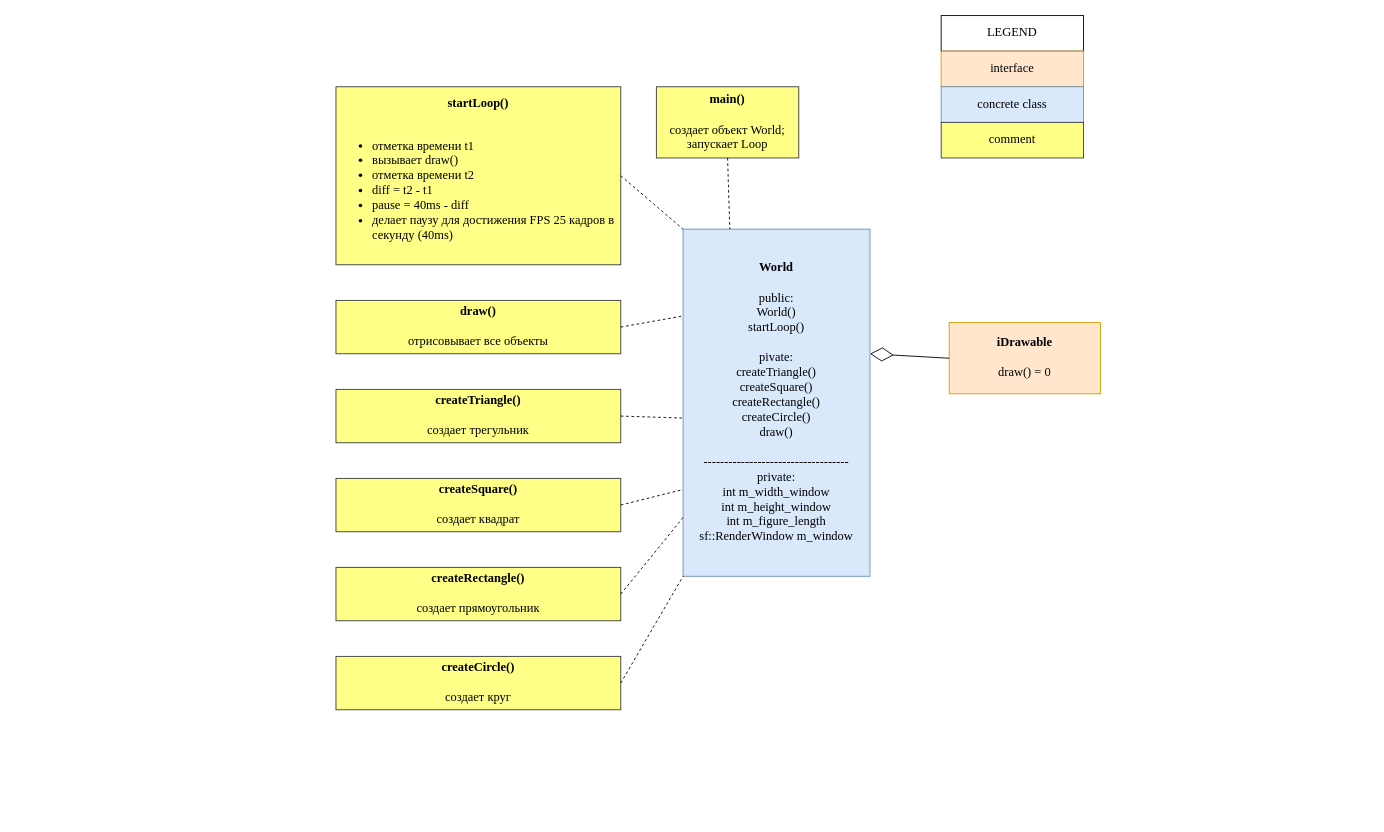
Above: 2022-11-22 2120 Figures/figures/diagram.drawio in ProgProgrammer/learning_cpp (draw.io), before the change. Source tidied: cells renumbered, new cells numbered last; positions are measured from the earlier drawing's top-left corner, leaving out a move shared by most shapes. Both pictures are drawn from the tidied source at 89%, with x=0, y=0 at pixel (336, 15).
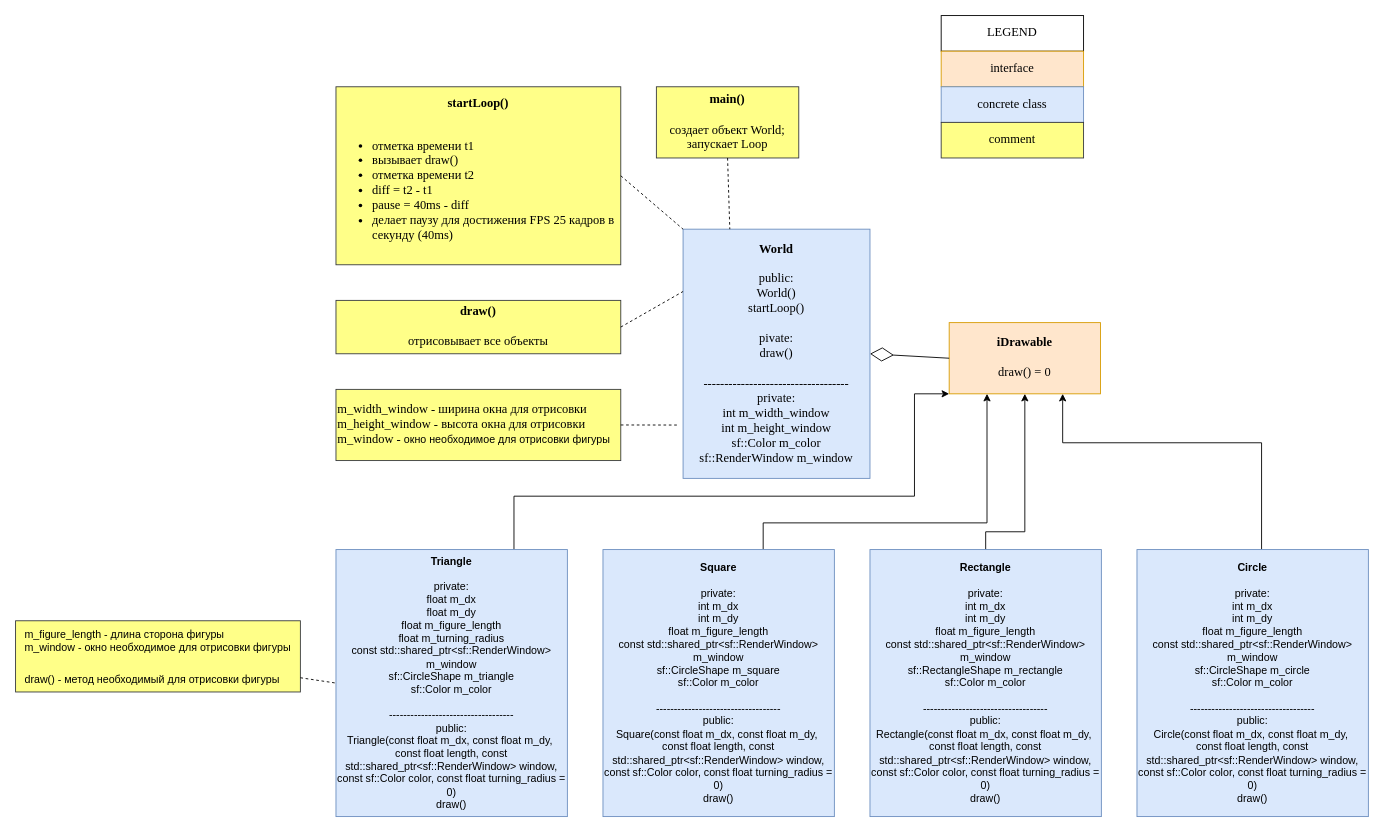
After the change.

The change refers to these unchanged cells:
```xml
<mxCell id="2" value="&lt;font face=&quot;Times New Roman&quot; style=&quot;font-size: 14px;&quot;&gt;&lt;b&gt;iDrawable&lt;/b&gt;&lt;br&gt;&lt;br&gt;draw() = 0&lt;/font&gt;" style="rounded=0;whiteSpace=wrap;html=1;fillColor=#ffe6cc;strokeColor=#d79b00;" parent="1" vertex="1">
  <mxGeometry x="689" y="345" width="170" height="80" as="geometry" />
</mxCell>
```

The edit, as a diff of the source:
```diff
@@
-    <mxCell id="3" value="&lt;b&gt;World&lt;/b&gt;&lt;br&gt;&lt;br&gt;public:&lt;br&gt;World()&lt;br&gt;startLoop()&lt;br&gt;&lt;br&gt;pivate:&lt;br&gt;createTriangle()&lt;br&gt;createSquare()&lt;br&gt;createRectangle()&lt;br&gt;createCircle()&lt;br&gt;draw()&lt;br&gt;&lt;br&gt;-----------------------------------&lt;br&gt;private:&lt;br&gt;int m_width_window&lt;br&gt;int m_height_window&lt;br&gt;int m_figure_length&lt;br&gt;&lt;span style=&quot;font-size: 14px;&quot;&gt;sf::RenderWindow m_window&lt;/span&gt;" style="rounded=0;whiteSpace=wrap;html=1;fontFamily=Times New Roman;fontSize=14;fillColor=#dae8fc;strokeColor=#6c8ebf;" parent="1" vertex="1">
-      <mxGeometry x="390" y="240" width="210" height="390" as="geometry" />
+    <mxCell id="3" value="&lt;b&gt;World&lt;/b&gt;&lt;br&gt;&lt;br&gt;public:&lt;br&gt;World()&lt;br&gt;startLoop()&lt;br&gt;&lt;br&gt;pivate:&lt;br&gt;draw()&lt;br&gt;&lt;br&gt;-----------------------------------&lt;br&gt;private:&lt;br&gt;int m_width_window&lt;br&gt;int m_height_window&lt;br&gt;&lt;span style=&quot;font-size: 14px;&quot;&gt;sf::Color m_color&lt;/span&gt;&lt;br&gt;&lt;span style=&quot;font-size: 14px;&quot;&gt;sf::RenderWindow m_window&lt;/span&gt;" style="rounded=0;whiteSpace=wrap;html=1;fontFamily=Times New Roman;fontSize=14;fillColor=#dae8fc;strokeColor=#6c8ebf;" parent="1" vertex="1">
+      <mxGeometry x="390" y="240" width="210" height="280" as="geometry" />
     </mxCell>
@@
-    <mxCell id="9" value="&lt;b&gt;createTriangle()&lt;/b&gt;&lt;br&gt;&lt;br&gt;создает трегульник" style="rounded=0;whiteSpace=wrap;html=1;fontFamily=Times New Roman;fontSize=14;fillColor=#ffff88;strokeColor=#36393d;" parent="1" vertex="1">
-      <mxGeometry y="420" width="320" height="60" as="geometry" />
-    </mxCell>
-    <mxCell id="10" style="endArrow=none;dashed=1;html=1;rounded=0;fontFamily=Times New Roman;fontSize=14;exitX=1;exitY=0.5;exitDx=0;exitDy=0;entryX=-0.007;entryY=0.544;entryDx=0;entryDy=0;entryPerimeter=0;" parent="1" edge="1" source="9" target="3">
-      <mxGeometry relative="1" as="geometry" />
-    </mxCell>
-    <mxCell id="11" value="&lt;b&gt;createSquare()&lt;/b&gt;&lt;br&gt;&lt;br&gt;создает квадрат" style="rounded=0;whiteSpace=wrap;html=1;fontFamily=Times New Roman;fontSize=14;fillColor=#ffff88;strokeColor=#36393d;" parent="1" vertex="1">
-      <mxGeometry y="520" width="320" height="60" as="geometry" />
-    </mxCell>
-    <mxCell id="12" style="endArrow=none;dashed=1;html=1;rounded=0;fontFamily=Times New Roman;fontSize=14;exitX=1;exitY=0.5;exitDx=0;exitDy=0;entryX=0;entryY=0.75;entryDx=0;entryDy=0;" parent="1" edge="1" source="11" target="3">
-      <mxGeometry relative="1" as="geometry" />
-    </mxCell>
-    <mxCell id="13" value="&lt;b&gt;createRectangle()&lt;/b&gt;&lt;br&gt;&lt;br&gt;создает прямоугольник" style="rounded=0;whiteSpace=wrap;html=1;fontFamily=Times New Roman;fontSize=14;fillColor=#ffff88;strokeColor=#36393d;" parent="1" vertex="1">
-      <mxGeometry y="620" width="320" height="60" as="geometry" />
-    </mxCell>
-    <mxCell id="14" value="&lt;b&gt;createCircle()&lt;/b&gt;&lt;br&gt;&lt;br&gt;создает круг" style="rounded=0;whiteSpace=wrap;html=1;fontFamily=Times New Roman;fontSize=14;fillColor=#ffff88;strokeColor=#36393d;" parent="1" vertex="1">
-      <mxGeometry y="720" width="320" height="60" as="geometry" />
-    </mxCell>
-    <mxCell id="15" style="endArrow=none;dashed=1;html=1;rounded=0;fontFamily=Times New Roman;fontSize=14;exitX=1;exitY=0.5;exitDx=0;exitDy=0;" parent="1" edge="1" source="13" target="3">
-      <mxGeometry relative="1" as="geometry" />
-    </mxCell>
-    <mxCell id="16" style="endArrow=none;dashed=1;html=1;rounded=0;fontFamily=Times New Roman;fontSize=14;exitX=1;exitY=0.5;exitDx=0;exitDy=0;entryX=0;entryY=1;entryDx=0;entryDy=0;" parent="1" edge="1" source="14" target="3">
-      <mxGeometry relative="1" as="geometry" />
-    </mxCell>
@@
+    <mxCell id="23" style="edgeStyle=orthogonalEdgeStyle;rounded=0;jettySize=auto;html=1;entryX=0;entryY=1;entryDx=0;entryDy=0;" parent="1" edge="1" source="24" target="2">
+      <mxGeometry relative="1" as="geometry">
+        <Array as="points">
+          <mxPoint x="200" y="540" />
+          <mxPoint x="650" y="540" />
+          <mxPoint x="650" y="425" />
+        </Array>
+      </mxGeometry>
+    </mxCell>
+    <mxCell id="24" value="&lt;b&gt;Triangle&lt;/b&gt;&lt;br&gt;&lt;br&gt;private:&lt;br&gt;float m_dx&lt;br&gt;float m_dy&lt;br&gt;float m_figure_length&lt;br&gt;float m_turning_radius&lt;br&gt;const&amp;nbsp;std::shared_ptr&amp;lt;sf::RenderWindow&amp;gt; m_window&lt;br&gt;sf::CircleShape m_triangle&lt;br&gt;sf::Color m_color&lt;br&gt;&lt;br&gt;-----------------------------------&lt;br&gt;public:&lt;br&gt;Triangle(const float m_dx, const float m_dy,&amp;nbsp;&lt;br&gt;const float length, const std::shared_ptr&amp;lt;sf::RenderWindow&amp;gt; window, const sf::Color color, const float turning_radius = 0)&lt;br&gt;draw()" style="rounded=0;whiteSpace=wrap;html=1;fillColor=#dae8fc;strokeColor=#6c8ebf;" parent="1" vertex="1">
+      <mxGeometry y="600" width="260" height="300" as="geometry" />
+    </mxCell>
+    <mxCell id="25" style="edgeStyle=orthogonalEdgeStyle;rounded=0;jettySize=auto;html=1;entryX=0.25;entryY=1;entryDx=0;entryDy=0;" parent="1" edge="1" source="26" target="2">
+      <mxGeometry relative="1" as="geometry">
+        <Array as="points">
+          <mxPoint x="480" y="570" />
+          <mxPoint x="732" y="570" />
+        </Array>
+      </mxGeometry>
+    </mxCell>
+    <mxCell id="26" value="&lt;b&gt;Square&lt;/b&gt;&lt;br&gt;&lt;br&gt;private:&lt;br&gt;int m_dx&lt;br&gt;int m_dy&lt;br&gt;float m_figure_length&lt;br&gt;const&amp;nbsp;std::shared_ptr&amp;lt;sf::RenderWindow&amp;gt; m_window&lt;br&gt;sf::CircleShape m_square&lt;br&gt;sf::Color m_color&lt;br&gt;&lt;br&gt;-----------------------------------&lt;br&gt;public:&lt;br&gt;Square(const float m_dx, const float m_dy,&amp;nbsp;&lt;br&gt;const float length, const std::shared_ptr&amp;lt;sf::RenderWindow&amp;gt; window, const sf::Color color, const float turning_radius = 0)&lt;br&gt;draw()" style="rounded=0;whiteSpace=wrap;html=1;fillColor=#dae8fc;strokeColor=#6c8ebf;" parent="1" vertex="1">
+      <mxGeometry x="300" y="600" width="260" height="300" as="geometry" />
+    </mxCell>
+    <mxCell id="27" style="edgeStyle=orthogonalEdgeStyle;rounded=0;jettySize=auto;html=1;entryX=0.5;entryY=1;entryDx=0;entryDy=0;" parent="1" edge="1" source="28" target="2">
+      <mxGeometry relative="1" as="geometry">
+        <Array as="points">
+          <mxPoint x="730" y="580" />
+          <mxPoint x="774" y="580" />
+        </Array>
+      </mxGeometry>
+    </mxCell>
+    <mxCell id="28" value="&lt;b&gt;Rectangle&lt;/b&gt;&lt;br&gt;&lt;br&gt;private:&lt;br&gt;int m_dx&lt;br&gt;int m_dy&lt;br&gt;float m_figure_length&lt;br&gt;const&amp;nbsp;std::shared_ptr&amp;lt;sf::RenderWindow&amp;gt; m_window&lt;br&gt;sf::RectangleShape m_rectangle&lt;br&gt;sf::Color m_color&lt;br&gt;&lt;br&gt;-----------------------------------&lt;br&gt;public:&lt;br&gt;Rectangle(const float m_dx, const float m_dy,&amp;nbsp;&lt;br&gt;const float length, const std::shared_ptr&amp;lt;sf::RenderWindow&amp;gt; window, const sf::Color color, const float turning_radius = 0)&lt;br&gt;draw()" style="rounded=0;whiteSpace=wrap;html=1;fillColor=#dae8fc;strokeColor=#6c8ebf;" parent="1" vertex="1">
+      <mxGeometry x="600" y="600" width="260" height="300" as="geometry" />
+    </mxCell>
+    <mxCell id="29" style="edgeStyle=orthogonalEdgeStyle;rounded=0;jettySize=auto;html=1;entryX=0.75;entryY=1;entryDx=0;entryDy=0;" parent="1" edge="1" source="30" target="2">
+      <mxGeometry relative="1" as="geometry">
+        <Array as="points">
+          <mxPoint x="1040" y="480" />
+          <mxPoint x="817" y="480" />
+        </Array>
+      </mxGeometry>
+    </mxCell>
+    <mxCell id="30" value="&lt;b&gt;Circle&lt;/b&gt;&lt;br&gt;&lt;br&gt;private:&lt;br&gt;int m_dx&lt;br&gt;int m_dy&lt;br&gt;float m_figure_length&lt;br&gt;const std::shared_ptr&amp;lt;sf::RenderWindow&amp;gt; m_window&lt;br&gt;sf::CircleShape m_circle&lt;br&gt;sf::Color m_color&lt;br&gt;&lt;br&gt;-----------------------------------&lt;br&gt;public:&lt;br&gt;Circle(const float m_dx, const float m_dy,&amp;nbsp;&lt;br&gt;const float length, const std::shared_ptr&amp;lt;sf::RenderWindow&amp;gt; window, const sf::Color color, const float turning_radius = 0)&lt;br&gt;draw()" style="rounded=0;whiteSpace=wrap;html=1;fillColor=#dae8fc;strokeColor=#6c8ebf;" parent="1" vertex="1">
+      <mxGeometry x="900" y="600" width="260" height="300" as="geometry" />
+    </mxCell>
+    <mxCell id="31" value="&lt;div style=&quot;text-align: left;&quot;&gt;&lt;span style=&quot;font-family: Helvetica; font-size: 12px; background-color: initial;&quot;&gt;m_figure_length - длина сторона фигуры&lt;/span&gt;&lt;/div&gt;&lt;span style=&quot;font-family: Helvetica; font-size: 12px;&quot;&gt;&lt;div style=&quot;text-align: left;&quot;&gt;&lt;span style=&quot;background-color: initial;&quot;&gt;m_window - окно необходимое для отрисовки фигуры&lt;/span&gt;&lt;/div&gt;&lt;/span&gt;&lt;div style=&quot;text-align: left;&quot;&gt;&lt;font face=&quot;Helvetica&quot;&gt;&lt;span style=&quot;font-size: 12px;&quot;&gt;&lt;br&gt;&lt;/span&gt;&lt;/font&gt;&lt;/div&gt;&lt;font face=&quot;Helvetica&quot;&gt;&lt;div style=&quot;text-align: left;&quot;&gt;&lt;span style=&quot;font-size: 12px; background-color: initial;&quot;&gt;draw() - метод необходимый для отрисовки фигуры&lt;/span&gt;&lt;/div&gt;&lt;/font&gt;" style="rounded=0;whiteSpace=wrap;html=1;fontFamily=Times New Roman;fontSize=14;fillColor=#ffff88;strokeColor=#36393d;" parent="1" vertex="1">
+      <mxGeometry x="-360" y="680" width="320" height="80" as="geometry" />
+    </mxCell>
+    <mxCell id="32" style="endArrow=none;dashed=1;html=1;rounded=0;entryX=0;entryY=0.5;entryDx=0;entryDy=0;" parent="1" edge="1" source="31" target="24">
+      <mxGeometry relative="1" as="geometry" />
+    </mxCell>
+    <mxCell id="33" value="m_width_window - ширина окна для отрисовки&lt;br&gt;m_height_window - высота окна для отрисовки&lt;br&gt;&lt;div style=&quot;&quot;&gt;&lt;span style=&quot;background-color: initial;&quot;&gt;m_window -&amp;nbsp;&lt;/span&gt;&lt;span style=&quot;background-color: initial; font-family: Helvetica; font-size: 12px;&quot;&gt;окно необходимое для отрисовки фигуры&lt;/span&gt;&lt;/div&gt;" style="rounded=0;whiteSpace=wrap;html=1;fontFamily=Times New Roman;fontSize=14;fillColor=#ffff88;strokeColor=#36393d;align=left;" parent="1" vertex="1">
+      <mxGeometry y="420" width="320" height="80" as="geometry" />
+    </mxCell>
+    <mxCell id="34" style="endArrow=none;dashed=1;html=1;rounded=0;fontFamily=Times New Roman;fontSize=14;exitX=1;exitY=0.5;exitDx=0;exitDy=0;entryX=-0.023;entryY=0.786;entryDx=0;entryDy=0;entryPerimeter=0;" parent="1" edge="1" source="33" target="3">
+      <mxGeometry relative="1" as="geometry" />
+    </mxCell>
```
